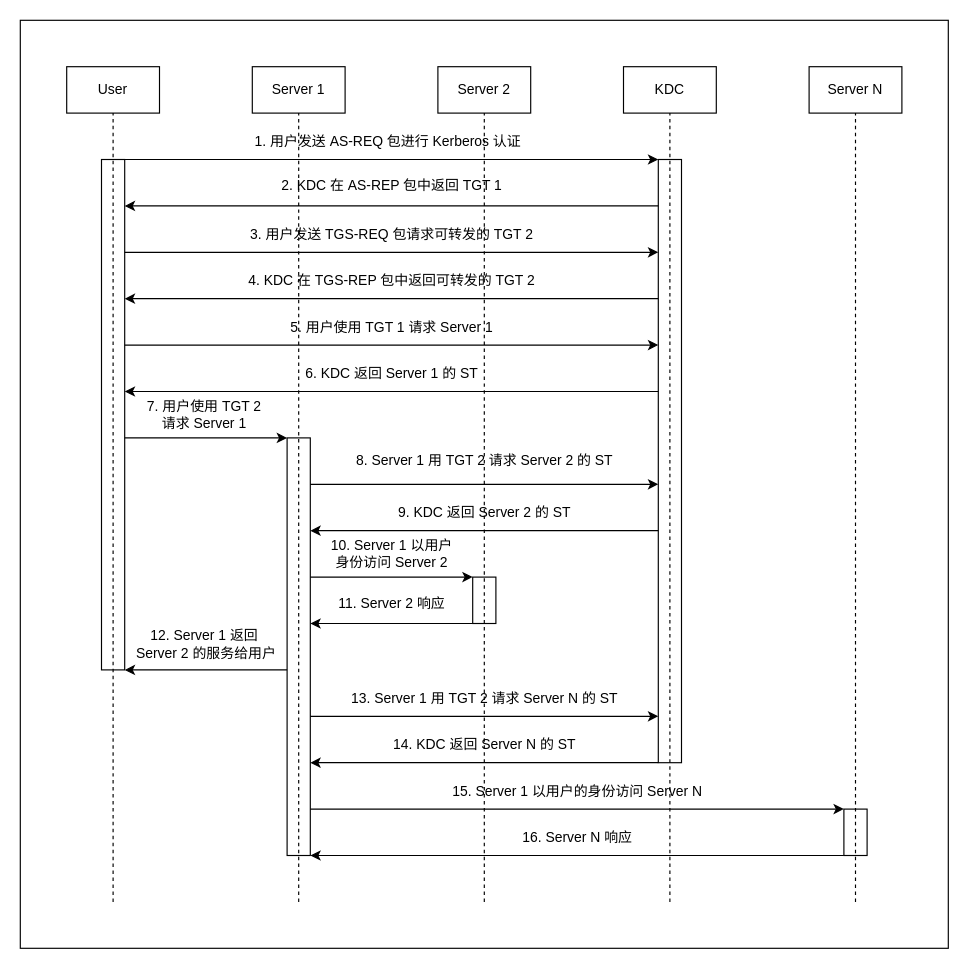
The draw.io diagram draw.io/委派.drawio in fermionorz/image-hosting, before the edit. Source tidied: cells renumbered, new cells numbered last; positions are measured from the earlier drawing's top-left corner, leaving out a move shared by most shapes. Both pictures are drawn from the tidied source at 116%, with x=0, y=0 at pixel (20, 20).
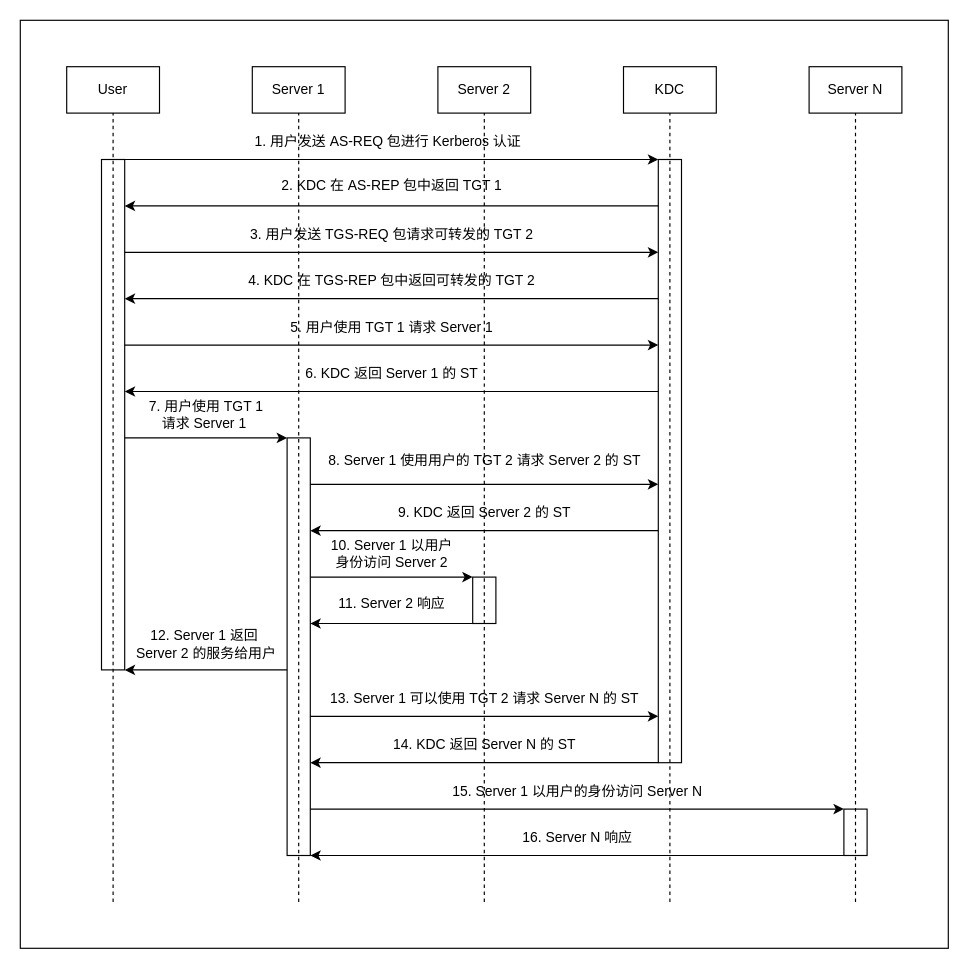
The same page after the edit.

Diff of the diagram source:
```diff
@@
-    <mxCell id="29" value="&lt;div&gt;7. 用户使用 TGT 2&amp;nbsp;&lt;/div&gt;&lt;div&gt;请求 Server 1&amp;nbsp; &lt;/div&gt;" style="text;html=1;align=center;verticalAlign=middle;strokeColor=none;fillColor=none;" parent="1" vertex="1">
+    <mxCell id="29" value="&lt;div&gt;7. 用户使用 TGT 1 &lt;br&gt;&lt;/div&gt;&lt;div&gt;请求 Server 1&amp;nbsp; &lt;/div&gt;" style="text;html=1;align=center;verticalAlign=middle;strokeColor=none;fillColor=none;" parent="1" vertex="1">
       <mxGeometry x="100" y="320" width="120" height="40" as="geometry" />
     </mxCell>
@@
-    <mxCell id="32" value="8. Server 1 用 TGT 2 请求 Server 2 的 ST" style="text;html=1;align=center;verticalAlign=middle;strokeColor=none;fillColor=none;" parent="1" vertex="1">
-      <mxGeometry x="280" y="365" width="240" height="30" as="geometry" />
+    <mxCell id="32" value="8. Server 1 使用用户的 TGT 2 请求 Server 2 的 ST" style="text;html=1;align=center;verticalAlign=middle;strokeColor=none;fillColor=none;" parent="1" vertex="1">
+      <mxGeometry x="255" y="365" width="290" height="30" as="geometry" />
     </mxCell>
@@
-    <mxCell id="43" value="13. Server 1 用 TGT 2 请求 Server N 的 ST" style="text;html=1;align=center;verticalAlign=middle;strokeColor=none;fillColor=none;" parent="1" vertex="1">
-      <mxGeometry x="275" y="570" width="250" height="30" as="geometry" />
+    <mxCell id="43" value="13. Server 1 可以使用 TGT 2 请求 Server N 的 ST" style="text;html=1;align=center;verticalAlign=middle;strokeColor=none;fillColor=none;" parent="1" vertex="1">
+      <mxGeometry x="255" y="570" width="290" height="30" as="geometry" />
     </mxCell>
```
